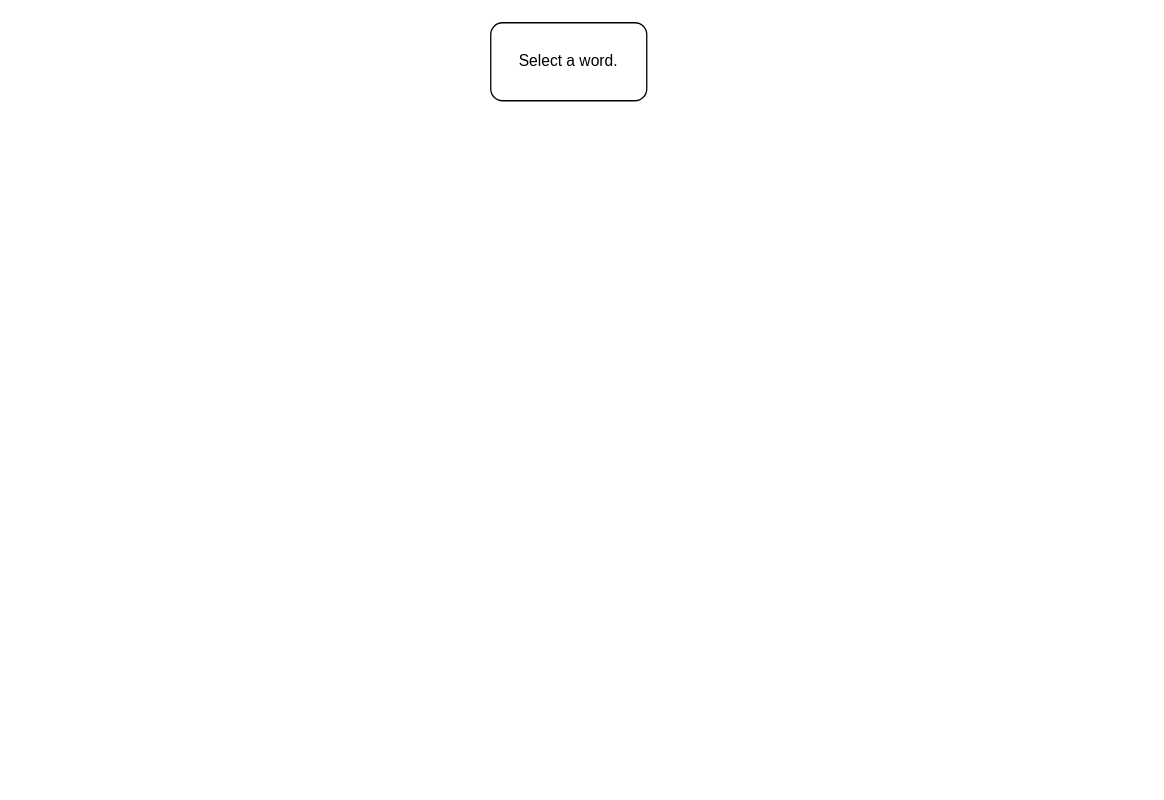
smithjustinc/csc205 keeps this draw.io diagram as Untitled Diagram.drawio. Above is the earlier version. Source tidied: cells renumbered, new cells numbered last; positions are measured from the earlier drawing's top-left corner, leaving out a move shared by most shapes. Both pictures are drawn from the tidied source at 130%, with x=0, y=0 at pixel (490, 22).
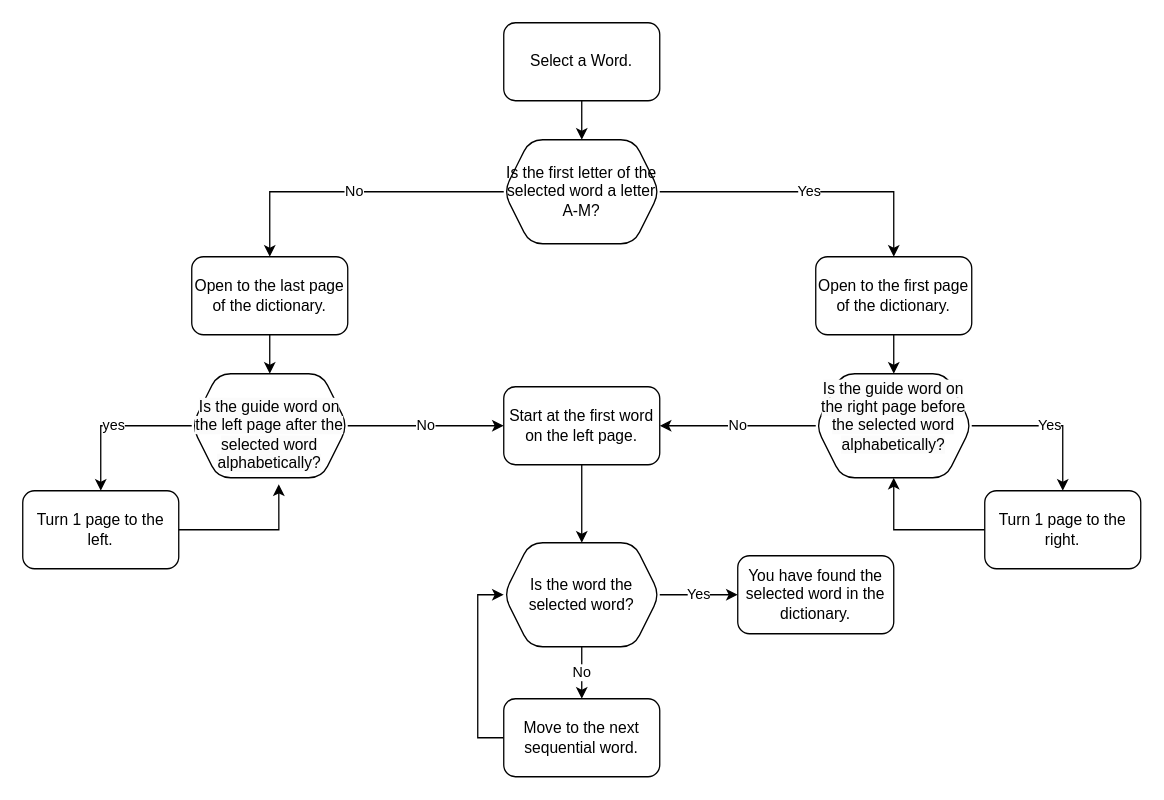
Above is the later version.

Commit message:
completed mod3 disc

Diff of the diagram source:
```diff
@@
-    <mxCell id="2" value="Select a word." style="rounded=1;whiteSpace=wrap;html=1;" parent="1" vertex="1">
-      <mxGeometry width="120" height="60" as="geometry" />
-    </mxCell>
+    <mxCell id="3" style="edgeStyle=orthogonalEdgeStyle;rounded=0;jettySize=auto;html=1;" parent="1" edge="1" source="4" target="7">
+      <mxGeometry relative="1" as="geometry" />
+    </mxCell>
+    <mxCell id="4" value="Select a Word." style="rounded=1;whiteSpace=wrap;html=1;" parent="1" vertex="1">
+      <mxGeometry x="10" width="120" height="60" as="geometry" />
+    </mxCell>
+    <mxCell id="5" value="No" style="edgeStyle=orthogonalEdgeStyle;rounded=0;jettySize=auto;html=1;" parent="1" edge="1" source="7" target="9">
+      <mxGeometry relative="1" as="geometry" />
+    </mxCell>
+    <mxCell id="6" value="Yes" style="edgeStyle=orthogonalEdgeStyle;rounded=0;jettySize=auto;html=1;" parent="1" edge="1" source="7" target="11">
+      <mxGeometry relative="1" as="geometry" />
+    </mxCell>
+    <mxCell id="7" value="Is the first letter of the selected word a letter A-M?" style="shape=hexagon;perimeter=hexagonPerimeter2;whiteSpace=wrap;html=1;fixedSize=1;rounded=1;" parent="1" vertex="1">
+      <mxGeometry x="10" y="90" width="120" height="80" as="geometry" />
+    </mxCell>
+    <mxCell id="8" style="edgeStyle=orthogonalEdgeStyle;rounded=0;jettySize=auto;html=1;exitX=0.5;exitY=1;exitDx=0;exitDy=0;entryX=0.5;entryY=0;entryDx=0;entryDy=0;" parent="1" edge="1" source="9" target="27">
+      <mxGeometry relative="1" as="geometry" />
+    </mxCell>
+    <mxCell id="9" value="Open to the last page of the dictionary." style="whiteSpace=wrap;html=1;rounded=1;" parent="1" vertex="1">
+      <mxGeometry x="-230" y="180" width="120" height="60" as="geometry" />
+    </mxCell>
+    <mxCell id="10" style="edgeStyle=orthogonalEdgeStyle;rounded=0;jettySize=auto;html=1;" parent="1" edge="1" source="11" target="14">
+      <mxGeometry relative="1" as="geometry" />
+    </mxCell>
+    <mxCell id="11" value="Open to the first page of the dictionary." style="whiteSpace=wrap;html=1;rounded=1;" parent="1" vertex="1">
+      <mxGeometry x="250" y="180" width="120" height="60" as="geometry" />
+    </mxCell>
+    <mxCell id="12" value="Yes" style="edgeStyle=orthogonalEdgeStyle;rounded=0;jettySize=auto;html=1;" parent="1" edge="1" source="14" target="16">
+      <mxGeometry relative="1" as="geometry" />
+    </mxCell>
+    <mxCell id="13" value="No" style="edgeStyle=orthogonalEdgeStyle;rounded=0;jettySize=auto;html=1;" parent="1" edge="1" source="14" target="18">
+      <mxGeometry relative="1" as="geometry" />
+    </mxCell>
+    <mxCell id="14" value="&#10;&lt;span style=&quot;color: rgb(0, 0, 0); font-family: Helvetica; font-size: 12px; font-style: normal; font-variant-ligatures: normal; font-variant-caps: normal; font-weight: 400; letter-spacing: normal; orphans: 2; text-align: center; text-indent: 0px; text-transform: none; widows: 2; word-spacing: 0px; -webkit-text-stroke-width: 0px; background-color: rgb(251, 251, 251); text-decoration-thickness: initial; text-decoration-style: initial; text-decoration-color: initial; float: none; display: inline !important;&quot;&gt;Is the guide word on the right page before the selected word alphabetically?&lt;/span&gt;&#10;&#10;" style="shape=hexagon;perimeter=hexagonPerimeter2;whiteSpace=wrap;html=1;fixedSize=1;rounded=1;" parent="1" vertex="1">
+      <mxGeometry x="250" y="270" width="120" height="80" as="geometry" />
+    </mxCell>
+    <mxCell id="15" style="edgeStyle=orthogonalEdgeStyle;rounded=0;jettySize=auto;html=1;entryX=0.5;entryY=1;entryDx=0;entryDy=0;" parent="1" edge="1" source="16" target="14">
+      <mxGeometry relative="1" as="geometry" />
+    </mxCell>
+    <mxCell id="16" value="Turn 1 page to the right." style="whiteSpace=wrap;html=1;rounded=1;" parent="1" vertex="1">
+      <mxGeometry x="380" y="360" width="120" height="60" as="geometry" />
+    </mxCell>
+    <mxCell id="17" style="edgeStyle=orthogonalEdgeStyle;rounded=0;jettySize=auto;html=1;" parent="1" edge="1" source="18" target="21">
+      <mxGeometry relative="1" as="geometry" />
+    </mxCell>
+    <mxCell id="18" value="Start at the first word on the left page." style="rounded=1;whiteSpace=wrap;html=1;" parent="1" vertex="1">
+      <mxGeometry x="10" y="280" width="120" height="60" as="geometry" />
+    </mxCell>
+    <mxCell id="19" value="No" style="edgeStyle=orthogonalEdgeStyle;rounded=0;jettySize=auto;html=1;" parent="1" edge="1" source="21" target="23">
+      <mxGeometry relative="1" as="geometry" />
+    </mxCell>
+    <mxCell id="20" value="Yes" style="edgeStyle=orthogonalEdgeStyle;rounded=0;jettySize=auto;html=1;" parent="1" edge="1" source="21" target="24">
+      <mxGeometry relative="1" as="geometry" />
+    </mxCell>
+    <mxCell id="21" value="Is the word the selected word?" style="shape=hexagon;perimeter=hexagonPerimeter2;whiteSpace=wrap;html=1;fixedSize=1;rounded=1;" parent="1" vertex="1">
+      <mxGeometry x="10" y="400" width="120" height="80" as="geometry" />
+    </mxCell>
+    <mxCell id="22" style="edgeStyle=orthogonalEdgeStyle;rounded=0;jettySize=auto;html=1;entryX=0;entryY=0.5;entryDx=0;entryDy=0;exitX=0;exitY=0.5;exitDx=0;exitDy=0;" parent="1" edge="1" source="23" target="21">
+      <mxGeometry relative="1" as="geometry" />
+    </mxCell>
+    <mxCell id="23" value="Move to the next sequential word." style="whiteSpace=wrap;html=1;rounded=1;" parent="1" vertex="1">
+      <mxGeometry x="10" y="520" width="120" height="60" as="geometry" />
+    </mxCell>
+    <mxCell id="24" value="You have found the selected word in the dictionary." style="whiteSpace=wrap;html=1;rounded=1;" parent="1" vertex="1">
+      <mxGeometry x="190" y="410" width="120" height="60" as="geometry" />
+    </mxCell>
+    <mxCell id="25" value="No" style="edgeStyle=orthogonalEdgeStyle;rounded=0;jettySize=auto;html=1;entryX=0;entryY=0.5;entryDx=0;entryDy=0;" parent="1" edge="1" source="27" target="18">
+      <mxGeometry relative="1" as="geometry" />
+    </mxCell>
+    <mxCell id="26" value="yes" style="edgeStyle=orthogonalEdgeStyle;rounded=0;jettySize=auto;html=1;exitX=0;exitY=0.5;exitDx=0;exitDy=0;entryX=0.5;entryY=0;entryDx=0;entryDy=0;" parent="1" edge="1" source="27" target="28">
+      <mxGeometry relative="1" as="geometry" />
+    </mxCell>
+    <mxCell id="27" value="&lt;br&gt;&lt;span style=&quot;color: rgb(0, 0, 0); font-family: Helvetica; font-size: 12px; font-style: normal; font-variant-ligatures: normal; font-variant-caps: normal; font-weight: 400; letter-spacing: normal; orphans: 2; text-align: center; text-indent: 0px; text-transform: none; widows: 2; word-spacing: 0px; -webkit-text-stroke-width: 0px; background-color: rgb(251, 251, 251); text-decoration-thickness: initial; text-decoration-style: initial; text-decoration-color: initial; float: none; display: inline !important;&quot;&gt;Is the guide word on the left page after the selected word alphabetically?&lt;/span&gt;&lt;br&gt;" style="shape=hexagon;perimeter=hexagonPerimeter2;whiteSpace=wrap;html=1;fixedSize=1;rounded=1;" parent="1" vertex="1">
+      <mxGeometry x="-230" y="270" width="120" height="80" as="geometry" />
+    </mxCell>
+    <mxCell id="28" value="Turn 1 page to the left." style="whiteSpace=wrap;html=1;rounded=1;" parent="1" vertex="1">
+      <mxGeometry x="-360" y="360" width="120" height="60" as="geometry" />
+    </mxCell>
+    <mxCell id="29" style="edgeStyle=orthogonalEdgeStyle;rounded=0;jettySize=auto;html=1;entryX=0.558;entryY=1.063;entryDx=0;entryDy=0;entryPerimeter=0;exitX=1;exitY=0.5;exitDx=0;exitDy=0;" parent="1" edge="1" source="28" target="27">
+      <mxGeometry relative="1" as="geometry" />
+    </mxCell>
```
